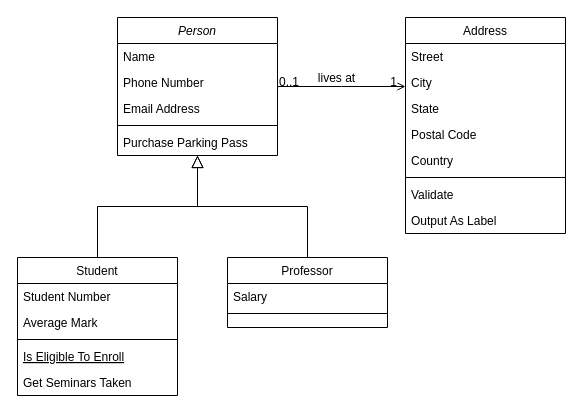
notedeagle/fuelTrackerDiagrams keeps this draw.io diagram as Untitled Diagram.drawio. Above is the earlier version. Source tidied: cells renumbered, new cells numbered last; positions are measured from the earlier drawing's top-left corner, leaving out a move shared by most shapes. Both pictures are drawn from the tidied source at 100%, with x=0, y=0 at pixel (17, 17).
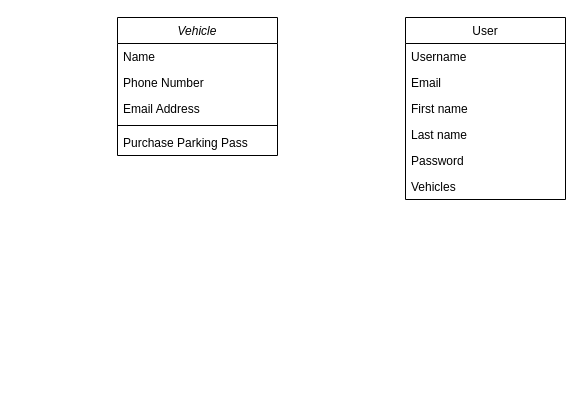
After the change.

The edit, as a diff of the source:
```diff
@@
-    <mxCell id="2" value="Person" style="swimlane;fontStyle=2;align=center;verticalAlign=top;horizontal=1;startSize=26;rounded=0;shadow=0;strokeWidth=1;" parent="1" vertex="1">
+    <mxCell id="2" value="Vehicle" style="swimlane;fontStyle=2;align=center;verticalAlign=top;horizontal=1;startSize=26;rounded=0;shadow=0;strokeWidth=1;" parent="1" vertex="1">
       <mxGeometry x="100" width="160" height="138" as="geometry" />
     </mxCell>
@@
-    <mxCell id="8" value="Student" style="swimlane;fontStyle=0;align=center;verticalAlign=top;horizontal=1;startSize=26;rounded=0;shadow=0;strokeWidth=1;" parent="1" vertex="1">
-      <mxGeometry y="240" width="160" height="138" as="geometry" />
-    </mxCell>
-    <mxCell id="9" value="Student Number" style="text;align=left;verticalAlign=top;spacingLeft=4;spacingRight=4;overflow=hidden;" parent="8" vertex="1">
-      <mxGeometry y="26" width="160" height="26" as="geometry" />
-    </mxCell>
-    <mxCell id="10" value="Average Mark" style="text;align=left;verticalAlign=top;spacingLeft=4;spacingRight=4;overflow=hidden;rounded=0;shadow=0;html=0;" parent="8" vertex="1">
-      <mxGeometry y="52" width="160" height="26" as="geometry" />
-    </mxCell>
-    <mxCell id="11" style="line;html=1;strokeWidth=1;align=left;verticalAlign=middle;spacingTop=-1;spacingLeft=3;spacingRight=3;labelPosition=right;" parent="8" vertex="1">
-      <mxGeometry y="78" width="160" height="8" as="geometry" />
-    </mxCell>
-    <mxCell id="12" value="Is Eligible To Enroll" style="text;align=left;verticalAlign=top;spacingLeft=4;spacingRight=4;overflow=hidden;fontStyle=4;" parent="8" vertex="1">
-      <mxGeometry y="86" width="160" height="26" as="geometry" />
-    </mxCell>
-    <mxCell id="13" value="Get Seminars Taken" style="text;align=left;verticalAlign=top;spacingLeft=4;spacingRight=4;overflow=hidden;" parent="8" vertex="1">
-      <mxGeometry y="112" width="160" height="26" as="geometry" />
-    </mxCell>
-    <mxCell id="14" style="endArrow=block;endSize=10;endFill=0;shadow=0;strokeWidth=1;rounded=0;edgeStyle=elbowEdgeStyle;elbow=vertical;" parent="1" edge="1" source="8" target="2">
-      <mxGeometry relative="1" as="geometry" />
-    </mxCell>
-    <mxCell id="15" value="Professor" style="swimlane;fontStyle=0;align=center;verticalAlign=top;horizontal=1;startSize=26;rounded=0;shadow=0;strokeWidth=1;" parent="1" vertex="1">
-      <mxGeometry x="210" y="240" width="160" height="70" as="geometry" />
-    </mxCell>
-    <mxCell id="16" value="Salary" style="text;align=left;verticalAlign=top;spacingLeft=4;spacingRight=4;overflow=hidden;" parent="15" vertex="1">
-      <mxGeometry y="26" width="160" height="26" as="geometry" />
-    </mxCell>
-    <mxCell id="17" style="line;html=1;strokeWidth=1;align=left;verticalAlign=middle;spacingTop=-1;spacingLeft=3;spacingRight=3;labelPosition=right;" parent="15" vertex="1">
-      <mxGeometry y="52" width="160" height="8" as="geometry" />
-    </mxCell>
-    <mxCell id="18" style="endArrow=block;endSize=10;endFill=0;shadow=0;strokeWidth=1;rounded=0;edgeStyle=elbowEdgeStyle;elbow=vertical;" parent="1" edge="1" source="15" target="2">
-      <mxGeometry relative="1" as="geometry" />
-    </mxCell>
-    <mxCell id="19" value="Address" style="swimlane;fontStyle=0;align=center;verticalAlign=top;horizontal=1;startSize=26;rounded=0;shadow=0;strokeWidth=1;" parent="1" vertex="1">
-      <mxGeometry x="388" width="160" height="216" as="geometry" />
+    <mxCell id="19" value="User" style="swimlane;fontStyle=0;align=center;verticalAlign=top;horizontal=1;startSize=26;rounded=0;shadow=0;strokeWidth=1;" parent="1" vertex="1">
+      <mxGeometry x="388" width="160" height="182" as="geometry" />
     </mxCell>
-    <mxCell id="20" value="Street" style="text;align=left;verticalAlign=top;spacingLeft=4;spacingRight=4;overflow=hidden;" parent="19" vertex="1">
+    <mxCell id="20" value="Username&#10;" style="text;align=left;verticalAlign=top;spacingLeft=4;spacingRight=4;overflow=hidden;" parent="19" vertex="1">
       <mxGeometry y="26" width="160" height="26" as="geometry" />
     </mxCell>
-    <mxCell id="21" value="City" style="text;align=left;verticalAlign=top;spacingLeft=4;spacingRight=4;overflow=hidden;rounded=0;shadow=0;html=0;" parent="19" vertex="1">
+    <mxCell id="21" value="Email&#10;" style="text;align=left;verticalAlign=top;spacingLeft=4;spacingRight=4;overflow=hidden;rounded=0;shadow=0;html=0;" parent="19" vertex="1">
       <mxGeometry y="52" width="160" height="26" as="geometry" />
     </mxCell>
-    <mxCell id="22" value="State" style="text;align=left;verticalAlign=top;spacingLeft=4;spacingRight=4;overflow=hidden;rounded=0;shadow=0;html=0;" parent="19" vertex="1">
+    <mxCell id="22" value="First name" style="text;align=left;verticalAlign=top;spacingLeft=4;spacingRight=4;overflow=hidden;rounded=0;shadow=0;html=0;" parent="19" vertex="1">
       <mxGeometry y="78" width="160" height="26" as="geometry" />
     </mxCell>
-    <mxCell id="23" value="Postal Code" style="text;align=left;verticalAlign=top;spacingLeft=4;spacingRight=4;overflow=hidden;rounded=0;shadow=0;html=0;" parent="19" vertex="1">
+    <mxCell id="23" value="Last name" style="text;align=left;verticalAlign=top;spacingLeft=4;spacingRight=4;overflow=hidden;rounded=0;shadow=0;html=0;" parent="19" vertex="1">
       <mxGeometry y="104" width="160" height="26" as="geometry" />
     </mxCell>
-    <mxCell id="24" value="Country" style="text;align=left;verticalAlign=top;spacingLeft=4;spacingRight=4;overflow=hidden;rounded=0;shadow=0;html=0;" parent="19" vertex="1">
+    <mxCell id="24" value="Password" style="text;align=left;verticalAlign=top;spacingLeft=4;spacingRight=4;overflow=hidden;rounded=0;shadow=0;html=0;" parent="19" vertex="1">
       <mxGeometry y="130" width="160" height="26" as="geometry" />
     </mxCell>
-    <mxCell id="25" style="line;html=1;strokeWidth=1;align=left;verticalAlign=middle;spacingTop=-1;spacingLeft=3;spacingRight=3;labelPosition=right;" parent="19" vertex="1">
-      <mxGeometry y="156" width="160" height="8" as="geometry" />
-    </mxCell>
-    <mxCell id="26" value="Validate" style="text;align=left;verticalAlign=top;spacingLeft=4;spacingRight=4;overflow=hidden;" parent="19" vertex="1">
-      <mxGeometry y="164" width="160" height="26" as="geometry" />
+    <mxCell id="26" value="Vehicles" style="text;align=left;verticalAlign=top;spacingLeft=4;spacingRight=4;overflow=hidden;" parent="19" vertex="1">
+      <mxGeometry y="156" width="160" height="26" as="geometry" />
     </mxCell>
-    <mxCell id="27" value="Output As Label" style="text;align=left;verticalAlign=top;spacingLeft=4;spacingRight=4;overflow=hidden;" parent="19" vertex="1">
-      <mxGeometry y="190" width="160" height="26" as="geometry" />
-    </mxCell>
-    <mxCell id="28" style="endArrow=open;shadow=0;strokeWidth=1;rounded=0;endFill=1;edgeStyle=elbowEdgeStyle;elbow=vertical;" parent="1" edge="1" source="2" target="19">
-      <mxGeometry x="0.5" y="41" relative="1" as="geometry">
-        <mxPoint x="-40" y="32" as="offset" />
-      </mxGeometry>
-    </mxCell>
-    <mxCell id="29" value="0..1" style="align=left;verticalAlign=bottom;labelBackgroundColor=none;fontSize=12;" parent="28" vertex="1">
-      <mxGeometry x="-1" relative="1" as="geometry">
-        <mxPoint y="4" as="offset" />
-      </mxGeometry>
-    </mxCell>
-    <mxCell id="30" value="1" style="align=right;verticalAlign=bottom;labelBackgroundColor=none;fontSize=12;" parent="28" vertex="1">
-      <mxGeometry x="1" relative="1" as="geometry">
-        <mxPoint x="-7" y="4" as="offset" />
-      </mxGeometry>
-    </mxCell>
-    <mxCell id="31" value="lives at" style="text;html=1;align=center;verticalAlign=middle;labelBackgroundColor=none;rounded=0;shadow=0;strokeWidth=1;fontSize=12;" parent="28" vertex="1">
-      <mxGeometry x="0.5" y="49" relative="1" as="geometry">
-        <mxPoint x="-38" y="40" as="offset" />
-      </mxGeometry>
-    </mxCell>
```
